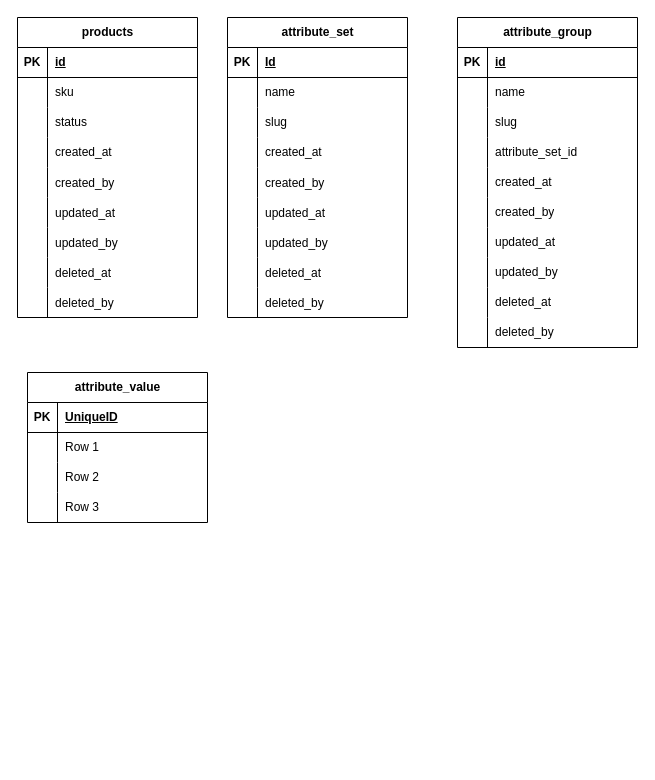
Earlier version of the draw.io diagram database/diagram.drawio (phuocbt9x/bop-shop). Source tidied: cells renumbered, new cells numbered last; positions are measured from the earlier drawing's top-left corner, leaving out a move shared by most shapes. Both pictures are drawn from the tidied source at 100%, with x=0, y=0 at pixel (17, 17).
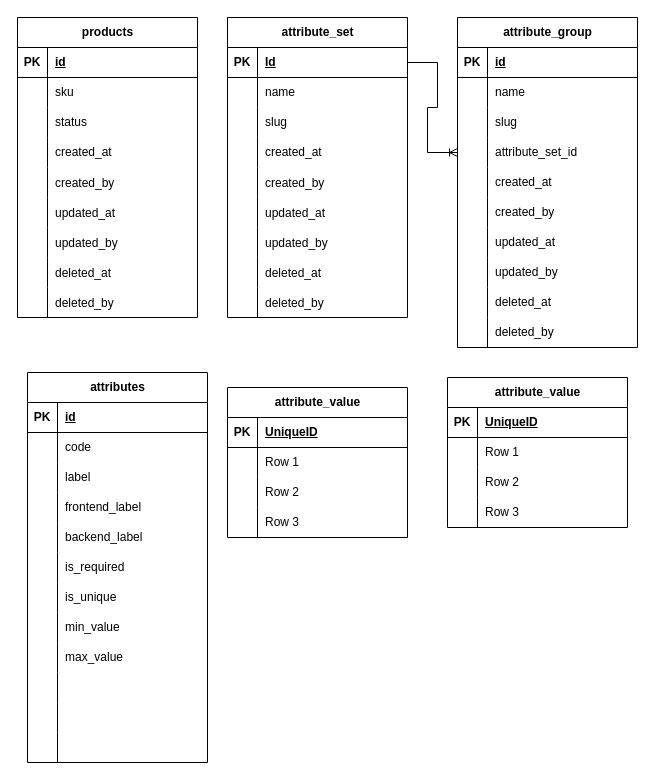
The same page after the edit.

Commit message:
Cập nhật diagram.drawio

The change refers to these unchanged cells:
```xml
<mxCell id="3" style="shape=tableRow;horizontal=0;startSize=0;swimlaneHead=0;swimlaneBody=0;fillColor=none;points=[[0,0.5],[1,0.5]];portConstraint=eastwest;top=0;left=0;right=0;bottom=1;" parent="2" vertex="1">
  <mxGeometry y="30" width="180" height="30" as="geometry" />
</mxCell>
<mxCell id="40" style="shape=tableRow;horizontal=0;startSize=0;swimlaneHead=0;swimlaneBody=0;fillColor=none;points=[[0,0.5],[1,0.5]];portConstraint=eastwest;top=0;left=0;right=0;bottom=0;" parent="30" vertex="1">
  <mxGeometry y="120" width="180" height="30" as="geometry" />
</mxCell>
<mxCell id="62" style="shape=tableRow;horizontal=0;startSize=0;swimlaneHead=0;swimlaneBody=0;fillColor=none;top=0;left=0;right=0;bottom=1;" parent="61" vertex="1">
  <mxGeometry y="30" width="180" height="30" as="geometry" />
</mxCell>
<mxCell id="65" style="shape=tableRow;horizontal=0;startSize=0;swimlaneHead=0;swimlaneBody=0;fillColor=none;top=0;left=0;right=0;bottom=0;" parent="61" vertex="1">
  <mxGeometry y="60" width="180" height="30" as="geometry" />
</mxCell>
<mxCell id="68" style="shape=tableRow;horizontal=0;startSize=0;swimlaneHead=0;swimlaneBody=0;fillColor=none;top=0;left=0;right=0;bottom=0;" parent="61" vertex="1">
  <mxGeometry y="90" width="180" height="30" as="geometry" />
</mxCell>
<mxCell id="71" style="shape=tableRow;horizontal=0;startSize=0;swimlaneHead=0;swimlaneBody=0;fillColor=none;top=0;left=0;right=0;bottom=0;" parent="61" vertex="1">
  <mxGeometry y="120" width="180" height="30" as="geometry" />
</mxCell>
```

The edit, as a diff of the source:
```diff
@@
-    <mxCell id="61" value="attribute_value" style="shape=table;startSize=30;childLayout=tableLayout;rowLines=0;fontStyle=1;align=center;html=1;" parent="1" vertex="1">
-      <mxGeometry x="10" y="355" width="180" height="150" as="geometry" />
+    <mxCell id="61" value="attributes" style="shape=table;startSize=30;childLayout=tableLayout;rowLines=0;fontStyle=1;align=center;html=1;" parent="1" vertex="1">
+      <mxGeometry x="10" y="355" width="180" height="390" as="geometry" />
     </mxCell>
@@
-    <mxCell id="64" value="UniqueID" style="shape=partialRectangle;fillColor=none;top=0;left=0;bottom=0;right=0;align=left;spacingLeft=6;fontStyle=5;overflow=hidden;whiteSpace=wrap;html=1;" parent="62" vertex="1">
+    <mxCell id="64" value="id" style="shape=partialRectangle;fillColor=none;top=0;left=0;bottom=0;right=0;align=left;spacingLeft=6;fontStyle=5;overflow=hidden;whiteSpace=wrap;html=1;" parent="62" vertex="1">
       <mxGeometry x="30" width="150" height="30" as="geometry" />
     </mxCell>
@@
-    <mxCell id="67" value="Row 1" style="shape=partialRectangle;fillColor=none;top=0;left=0;bottom=0;right=0;align=left;spacingLeft=6;overflow=hidden;whiteSpace=wrap;html=1;" parent="65" vertex="1">
+    <mxCell id="67" value="code" style="shape=partialRectangle;fillColor=none;top=0;left=0;bottom=0;right=0;align=left;spacingLeft=6;overflow=hidden;whiteSpace=wrap;html=1;" parent="65" vertex="1">
       <mxGeometry x="30" width="150" height="30" as="geometry" />
     </mxCell>
@@
-    <mxCell id="70" value="Row 2" style="shape=partialRectangle;fillColor=none;top=0;left=0;bottom=0;right=0;align=left;spacingLeft=6;overflow=hidden;whiteSpace=wrap;html=1;" parent="68" vertex="1">
+    <mxCell id="70" value="label" style="shape=partialRectangle;fillColor=none;top=0;left=0;bottom=0;right=0;align=left;spacingLeft=6;overflow=hidden;whiteSpace=wrap;html=1;" parent="68" vertex="1">
       <mxGeometry x="30" width="150" height="30" as="geometry" />
     </mxCell>
@@
-    <mxCell id="73" value="Row 3" style="shape=partialRectangle;fillColor=none;top=0;left=0;bottom=0;right=0;align=left;spacingLeft=6;overflow=hidden;whiteSpace=wrap;html=1;" parent="71" vertex="1">
+    <mxCell id="73" value="frontend_label" style="shape=partialRectangle;fillColor=none;top=0;left=0;bottom=0;right=0;align=left;spacingLeft=6;overflow=hidden;whiteSpace=wrap;html=1;" parent="71" vertex="1">
       <mxGeometry x="30" width="150" height="30" as="geometry" />
     </mxCell>
+    <mxCell id="102" style="shape=tableRow;horizontal=0;startSize=0;swimlaneHead=0;swimlaneBody=0;fillColor=none;top=0;left=0;right=0;bottom=0;" parent="61" vertex="1">
+      <mxGeometry y="150" width="180" height="30" as="geometry" />
+    </mxCell>
+    <mxCell id="103" value="&lt;span style=&quot;white-space: pre;&quot;&gt;&#9;&lt;/span&gt;" style="shape=partialRectangle;fillColor=none;top=0;left=0;bottom=0;right=0;overflow=hidden;whiteSpace=wrap;html=1;" parent="102" vertex="1">
+      <mxGeometry width="30" height="30" as="geometry" />
+    </mxCell>
+    <mxCell id="104" value="backend_label" style="shape=partialRectangle;fillColor=none;top=0;left=0;bottom=0;right=0;align=left;spacingLeft=6;overflow=hidden;whiteSpace=wrap;html=1;" parent="102" vertex="1">
+      <mxGeometry x="30" width="150" height="30" as="geometry" />
+    </mxCell>
+    <mxCell id="105" style="shape=tableRow;horizontal=0;startSize=0;swimlaneHead=0;swimlaneBody=0;fillColor=none;top=0;left=0;right=0;bottom=0;" parent="61" vertex="1">
+      <mxGeometry y="180" width="180" height="30" as="geometry" />
+    </mxCell>
+    <mxCell id="106" style="shape=partialRectangle;fillColor=none;top=0;left=0;bottom=0;right=0;overflow=hidden;whiteSpace=wrap;html=1;" parent="105" vertex="1">
+      <mxGeometry width="30" height="30" as="geometry" />
+    </mxCell>
+    <mxCell id="107" value="is_required" style="shape=partialRectangle;fillColor=none;top=0;left=0;bottom=0;right=0;align=left;spacingLeft=6;overflow=hidden;whiteSpace=wrap;html=1;" parent="105" vertex="1">
+      <mxGeometry x="30" width="150" height="30" as="geometry" />
+    </mxCell>
+    <mxCell id="108" style="shape=tableRow;horizontal=0;startSize=0;swimlaneHead=0;swimlaneBody=0;fillColor=none;top=0;left=0;right=0;bottom=0;" parent="61" vertex="1">
+      <mxGeometry y="210" width="180" height="30" as="geometry" />
+    </mxCell>
+    <mxCell id="109" style="shape=partialRectangle;fillColor=none;top=0;left=0;bottom=0;right=0;overflow=hidden;whiteSpace=wrap;html=1;" parent="108" vertex="1">
+      <mxGeometry width="30" height="30" as="geometry" />
+    </mxCell>
+    <mxCell id="110" value="is_unique" style="shape=partialRectangle;fillColor=none;top=0;left=0;bottom=0;right=0;align=left;spacingLeft=6;overflow=hidden;whiteSpace=wrap;html=1;" parent="108" vertex="1">
+      <mxGeometry x="30" width="150" height="30" as="geometry" />
+    </mxCell>
+    <mxCell id="111" style="shape=tableRow;horizontal=0;startSize=0;swimlaneHead=0;swimlaneBody=0;fillColor=none;top=0;left=0;right=0;bottom=0;" parent="61" vertex="1">
+      <mxGeometry y="240" width="180" height="30" as="geometry" />
+    </mxCell>
+    <mxCell id="112" style="shape=partialRectangle;fillColor=none;top=0;left=0;bottom=0;right=0;overflow=hidden;whiteSpace=wrap;html=1;" parent="111" vertex="1">
+      <mxGeometry width="30" height="30" as="geometry" />
+    </mxCell>
+    <mxCell id="113" value="min_value" style="shape=partialRectangle;fillColor=none;top=0;left=0;bottom=0;right=0;align=left;spacingLeft=6;overflow=hidden;whiteSpace=wrap;html=1;" parent="111" vertex="1">
+      <mxGeometry x="30" width="150" height="30" as="geometry" />
+    </mxCell>
+    <mxCell id="114" style="shape=tableRow;horizontal=0;startSize=0;swimlaneHead=0;swimlaneBody=0;fillColor=none;top=0;left=0;right=0;bottom=0;" parent="61" vertex="1">
+      <mxGeometry y="270" width="180" height="30" as="geometry" />
+    </mxCell>
+    <mxCell id="115" style="shape=partialRectangle;fillColor=none;top=0;left=0;bottom=0;right=0;overflow=hidden;whiteSpace=wrap;html=1;" parent="114" vertex="1">
+      <mxGeometry width="30" height="30" as="geometry" />
+    </mxCell>
+    <mxCell id="116" value="max_value" style="shape=partialRectangle;fillColor=none;top=0;left=0;bottom=0;right=0;align=left;spacingLeft=6;overflow=hidden;whiteSpace=wrap;html=1;" parent="114" vertex="1">
+      <mxGeometry x="30" width="150" height="30" as="geometry" />
+    </mxCell>
+    <mxCell id="117" style="shape=tableRow;horizontal=0;startSize=0;swimlaneHead=0;swimlaneBody=0;fillColor=none;top=0;left=0;right=0;bottom=0;" parent="61" vertex="1">
+      <mxGeometry y="300" width="180" height="30" as="geometry" />
+    </mxCell>
+    <mxCell id="118" style="shape=partialRectangle;fillColor=none;top=0;left=0;bottom=0;right=0;overflow=hidden;whiteSpace=wrap;html=1;" parent="117" vertex="1">
+      <mxGeometry width="30" height="30" as="geometry" />
+    </mxCell>
+    <mxCell id="119" style="shape=partialRectangle;fillColor=none;top=0;left=0;bottom=0;right=0;align=left;spacingLeft=6;overflow=hidden;whiteSpace=wrap;html=1;" parent="117" vertex="1">
+      <mxGeometry x="30" width="150" height="30" as="geometry" />
+    </mxCell>
+    <mxCell id="120" style="shape=tableRow;horizontal=0;startSize=0;swimlaneHead=0;swimlaneBody=0;fillColor=none;top=0;left=0;right=0;bottom=0;" parent="61" vertex="1">
+      <mxGeometry y="330" width="180" height="30" as="geometry" />
+    </mxCell>
+    <mxCell id="121" style="shape=partialRectangle;fillColor=none;top=0;left=0;bottom=0;right=0;overflow=hidden;whiteSpace=wrap;html=1;" parent="120" vertex="1">
+      <mxGeometry width="30" height="30" as="geometry" />
+    </mxCell>
+    <mxCell id="122" style="shape=partialRectangle;fillColor=none;top=0;left=0;bottom=0;right=0;align=left;spacingLeft=6;overflow=hidden;whiteSpace=wrap;html=1;" parent="120" vertex="1">
+      <mxGeometry x="30" width="150" height="30" as="geometry" />
+    </mxCell>
+    <mxCell id="123" style="shape=tableRow;horizontal=0;startSize=0;swimlaneHead=0;swimlaneBody=0;fillColor=none;top=0;left=0;right=0;bottom=0;" parent="61" vertex="1">
+      <mxGeometry y="360" width="180" height="30" as="geometry" />
+    </mxCell>
+    <mxCell id="124" style="shape=partialRectangle;fillColor=none;top=0;left=0;bottom=0;right=0;overflow=hidden;whiteSpace=wrap;html=1;" parent="123" vertex="1">
+      <mxGeometry width="30" height="30" as="geometry" />
+    </mxCell>
+    <mxCell id="125" style="shape=partialRectangle;fillColor=none;top=0;left=0;bottom=0;right=0;align=left;spacingLeft=6;overflow=hidden;whiteSpace=wrap;html=1;" parent="123" vertex="1">
+      <mxGeometry x="30" width="150" height="30" as="geometry" />
+    </mxCell>
@@
+    <mxCell id="126" style="edgeStyle=entityRelationEdgeStyle;fontSize=12;html=1;endArrow=ERoneToMany;rounded=0;" parent="1" edge="1" source="3" target="40">
+      <mxGeometry relative="1" as="geometry" />
+    </mxCell>
+    <mxCell id="127" value="attribute_value" style="shape=table;startSize=30;childLayout=tableLayout;rowLines=0;fontStyle=1;align=center;html=1;" parent="1" vertex="1">
+      <mxGeometry x="430" y="360" width="180" height="150" as="geometry" />
+    </mxCell>
+    <mxCell id="128" style="shape=tableRow;horizontal=0;startSize=0;swimlaneHead=0;swimlaneBody=0;fillColor=none;top=0;left=0;right=0;bottom=1;" parent="127" vertex="1">
+      <mxGeometry y="30" width="180" height="30" as="geometry" />
+    </mxCell>
+    <mxCell id="129" value="PK" style="shape=partialRectangle;fillColor=none;top=0;left=0;bottom=0;right=0;fontStyle=1;overflow=hidden;whiteSpace=wrap;html=1;" parent="128" vertex="1">
+      <mxGeometry width="30" height="30" as="geometry" />
+    </mxCell>
+    <mxCell id="130" value="UniqueID" style="shape=partialRectangle;fillColor=none;top=0;left=0;bottom=0;right=0;align=left;spacingLeft=6;fontStyle=5;overflow=hidden;whiteSpace=wrap;html=1;" parent="128" vertex="1">
+      <mxGeometry x="30" width="150" height="30" as="geometry" />
+    </mxCell>
+    <mxCell id="131" style="shape=tableRow;horizontal=0;startSize=0;swimlaneHead=0;swimlaneBody=0;fillColor=none;top=0;left=0;right=0;bottom=0;" parent="127" vertex="1">
+      <mxGeometry y="60" width="180" height="30" as="geometry" />
+    </mxCell>
+    <mxCell id="132" style="shape=partialRectangle;fillColor=none;top=0;left=0;bottom=0;right=0;overflow=hidden;whiteSpace=wrap;html=1;" parent="131" vertex="1">
+      <mxGeometry width="30" height="30" as="geometry" />
+    </mxCell>
+    <mxCell id="133" value="Row 1" style="shape=partialRectangle;fillColor=none;top=0;left=0;bottom=0;right=0;align=left;spacingLeft=6;overflow=hidden;whiteSpace=wrap;html=1;" parent="131" vertex="1">
+      <mxGeometry x="30" width="150" height="30" as="geometry" />
+    </mxCell>
+    <mxCell id="134" style="shape=tableRow;horizontal=0;startSize=0;swimlaneHead=0;swimlaneBody=0;fillColor=none;top=0;left=0;right=0;bottom=0;" parent="127" vertex="1">
+      <mxGeometry y="90" width="180" height="30" as="geometry" />
+    </mxCell>
+    <mxCell id="135" style="shape=partialRectangle;fillColor=none;top=0;left=0;bottom=0;right=0;overflow=hidden;whiteSpace=wrap;html=1;" parent="134" vertex="1">
+      <mxGeometry width="30" height="30" as="geometry" />
+    </mxCell>
+    <mxCell id="136" value="Row 2" style="shape=partialRectangle;fillColor=none;top=0;left=0;bottom=0;right=0;align=left;spacingLeft=6;overflow=hidden;whiteSpace=wrap;html=1;" parent="134" vertex="1">
+      <mxGeometry x="30" width="150" height="30" as="geometry" />
+    </mxCell>
+    <mxCell id="137" style="shape=tableRow;horizontal=0;startSize=0;swimlaneHead=0;swimlaneBody=0;fillColor=none;top=0;left=0;right=0;bottom=0;" parent="127" vertex="1">
+      <mxGeometry y="120" width="180" height="30" as="geometry" />
+    </mxCell>
+    <mxCell id="138" style="shape=partialRectangle;fillColor=none;top=0;left=0;bottom=0;right=0;overflow=hidden;whiteSpace=wrap;html=1;" parent="137" vertex="1">
+      <mxGeometry width="30" height="30" as="geometry" />
+    </mxCell>
+    <mxCell id="139" value="Row 3" style="shape=partialRectangle;fillColor=none;top=0;left=0;bottom=0;right=0;align=left;spacingLeft=6;overflow=hidden;whiteSpace=wrap;html=1;" parent="137" vertex="1">
+      <mxGeometry x="30" width="150" height="30" as="geometry" />
+    </mxCell>
+    <mxCell id="140" value="attribute_value" style="shape=table;startSize=30;childLayout=tableLayout;rowLines=0;fontStyle=1;align=center;html=1;" parent="1" vertex="1">
+      <mxGeometry x="210" y="370" width="180" height="150" as="geometry" />
+    </mxCell>
+    <mxCell id="141" style="shape=tableRow;horizontal=0;startSize=0;swimlaneHead=0;swimlaneBody=0;fillColor=none;top=0;left=0;right=0;bottom=1;" parent="140" vertex="1">
+      <mxGeometry y="30" width="180" height="30" as="geometry" />
+    </mxCell>
+    <mxCell id="142" value="PK" style="shape=partialRectangle;fillColor=none;top=0;left=0;bottom=0;right=0;fontStyle=1;overflow=hidden;whiteSpace=wrap;html=1;" parent="141" vertex="1">
+      <mxGeometry width="30" height="30" as="geometry" />
+    </mxCell>
+    <mxCell id="143" value="UniqueID" style="shape=partialRectangle;fillColor=none;top=0;left=0;bottom=0;right=0;align=left;spacingLeft=6;fontStyle=5;overflow=hidden;whiteSpace=wrap;html=1;" parent="141" vertex="1">
+      <mxGeometry x="30" width="150" height="30" as="geometry" />
+    </mxCell>
+    <mxCell id="144" style="shape=tableRow;horizontal=0;startSize=0;swimlaneHead=0;swimlaneBody=0;fillColor=none;top=0;left=0;right=0;bottom=0;" parent="140" vertex="1">
+      <mxGeometry y="60" width="180" height="30" as="geometry" />
+    </mxCell>
+    <mxCell id="145" style="shape=partialRectangle;fillColor=none;top=0;left=0;bottom=0;right=0;overflow=hidden;whiteSpace=wrap;html=1;" parent="144" vertex="1">
+      <mxGeometry width="30" height="30" as="geometry" />
+    </mxCell>
+    <mxCell id="146" value="Row 1" style="shape=partialRectangle;fillColor=none;top=0;left=0;bottom=0;right=0;align=left;spacingLeft=6;overflow=hidden;whiteSpace=wrap;html=1;" parent="144" vertex="1">
+      <mxGeometry x="30" width="150" height="30" as="geometry" />
+    </mxCell>
+    <mxCell id="147" style="shape=tableRow;horizontal=0;startSize=0;swimlaneHead=0;swimlaneBody=0;fillColor=none;top=0;left=0;right=0;bottom=0;" parent="140" vertex="1">
+      <mxGeometry y="90" width="180" height="30" as="geometry" />
+    </mxCell>
+    <mxCell id="148" style="shape=partialRectangle;fillColor=none;top=0;left=0;bottom=0;right=0;overflow=hidden;whiteSpace=wrap;html=1;" parent="147" vertex="1">
+      <mxGeometry width="30" height="30" as="geometry" />
+    </mxCell>
+    <mxCell id="149" value="Row 2" style="shape=partialRectangle;fillColor=none;top=0;left=0;bottom=0;right=0;align=left;spacingLeft=6;overflow=hidden;whiteSpace=wrap;html=1;" parent="147" vertex="1">
+      <mxGeometry x="30" width="150" height="30" as="geometry" />
+    </mxCell>
+    <mxCell id="150" style="shape=tableRow;horizontal=0;startSize=0;swimlaneHead=0;swimlaneBody=0;fillColor=none;top=0;left=0;right=0;bottom=0;" parent="140" vertex="1">
+      <mxGeometry y="120" width="180" height="30" as="geometry" />
+    </mxCell>
+    <mxCell id="151" style="shape=partialRectangle;fillColor=none;top=0;left=0;bottom=0;right=0;overflow=hidden;whiteSpace=wrap;html=1;" parent="150" vertex="1">
+      <mxGeometry width="30" height="30" as="geometry" />
+    </mxCell>
+    <mxCell id="152" value="Row 3" style="shape=partialRectangle;fillColor=none;top=0;left=0;bottom=0;right=0;align=left;spacingLeft=6;overflow=hidden;whiteSpace=wrap;html=1;" parent="150" vertex="1">
+      <mxGeometry x="30" width="150" height="30" as="geometry" />
+    </mxCell>
```
